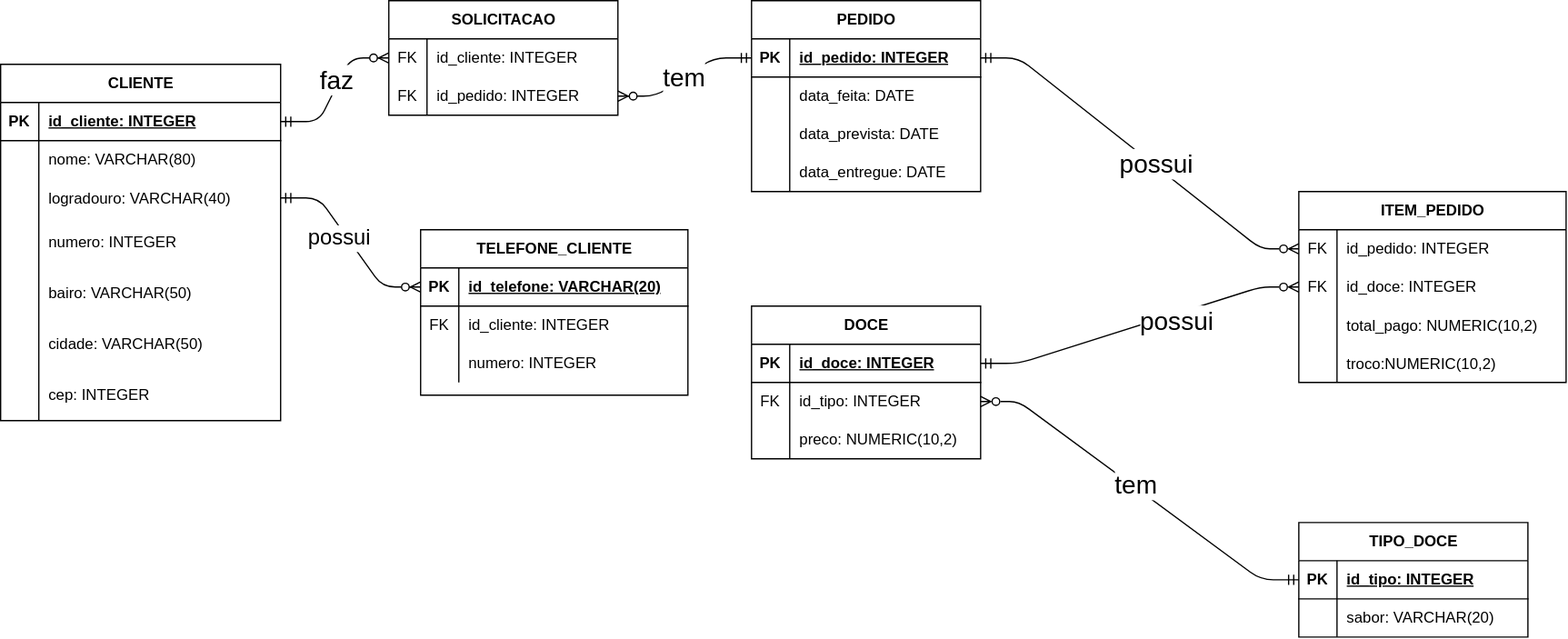
Before: uc2/aula06.drawio.svg, a diagram exported from draw.io (pedrotalasca4-afk/sala_de_aula). Source tidied: cells renumbered, new cells last; positions are measured from the earlier drawing's top-left corner, leaving out a move shared by most shapes.
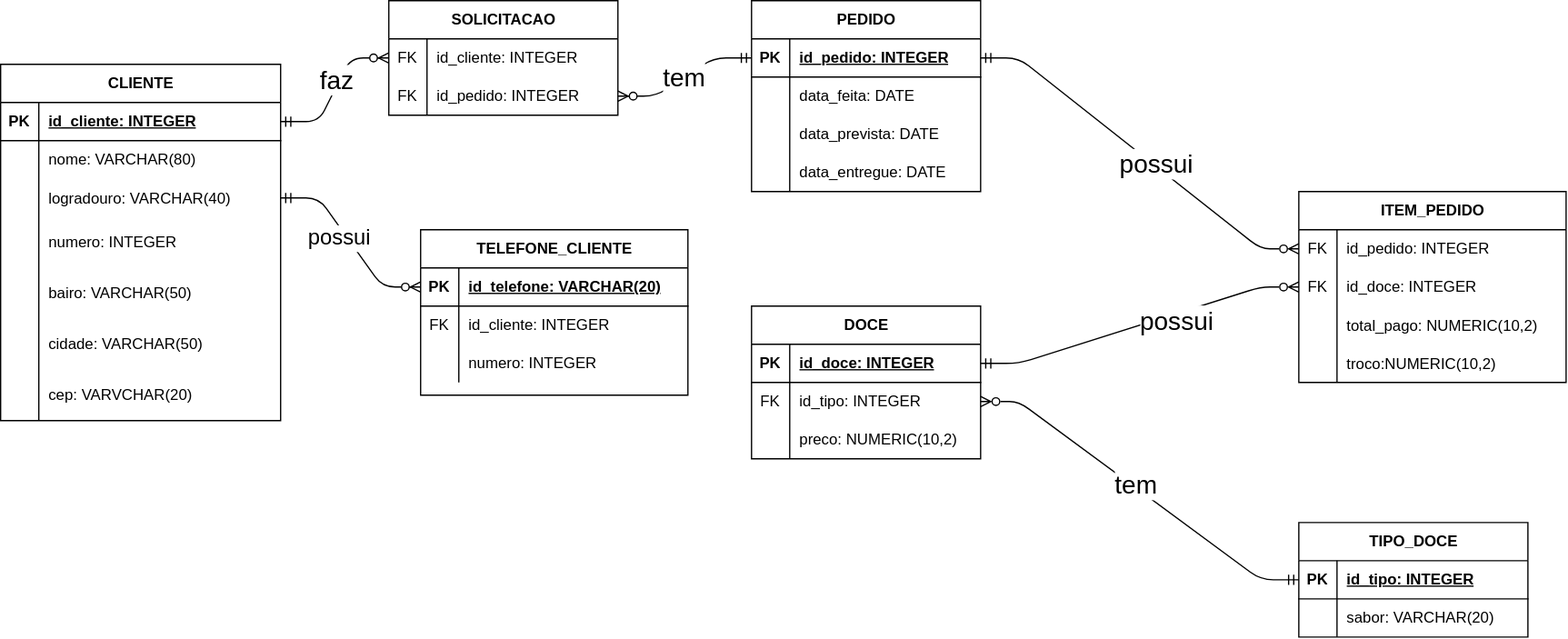
The same file after the commit.

What changed in the source:
```diff
@@ -65,7 +65,7 @@
     <mxCell id="22" style="shape=partialRectangle;fillColor=none;top=0;left=0;bottom=0;right=0;overflow=hidden;whiteSpace=wrap;html=1;" parent="21" vertex="1">
       <mxGeometry width="30" height="40" as="geometry" />
     </mxCell>
-    <mxCell id="23" value="cep: INTEGER" style="shape=partialRectangle;fillColor=none;top=0;left=0;bottom=0;right=0;align=left;spacingLeft=6;overflow=hidden;whiteSpace=wrap;html=1;" parent="21" vertex="1">
+    <mxCell id="23" value="cep: VARVCHAR(20)" style="shape=partialRectangle;fillColor=none;top=0;left=0;bottom=0;right=0;align=left;spacingLeft=6;overflow=hidden;whiteSpace=wrap;html=1;" parent="21" vertex="1">
       <mxGeometry x="30" width="190" height="40" as="geometry" />
     </mxCell>
     <mxCell id="24" value="PEDIDO" style="shape=table;startSize=30;rowLines=0;fontStyle=1;align=center;html=1;" parent="1" vertex="1">
```
